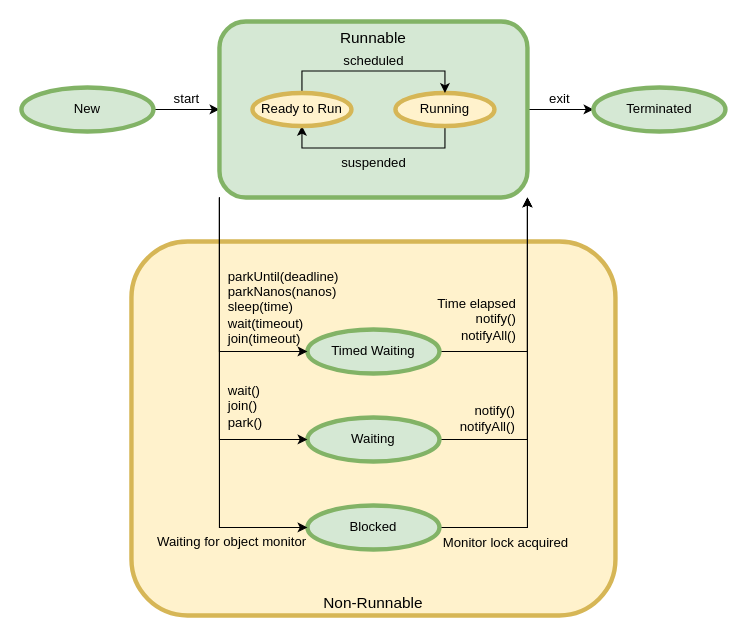
This is homework/src/main/resources/Java 线程状态流转图.drawio from YufuMxl/geek_java_practise, a draw.io file, before an edit. Source tidied: cells renumbered, new cells numbered last; positions are measured from the earlier drawing's top-left corner, leaving out a move shared by most shapes. Both pictures are drawn from the tidied source at 110%, with x=0, y=0 at pixel (21, 21).
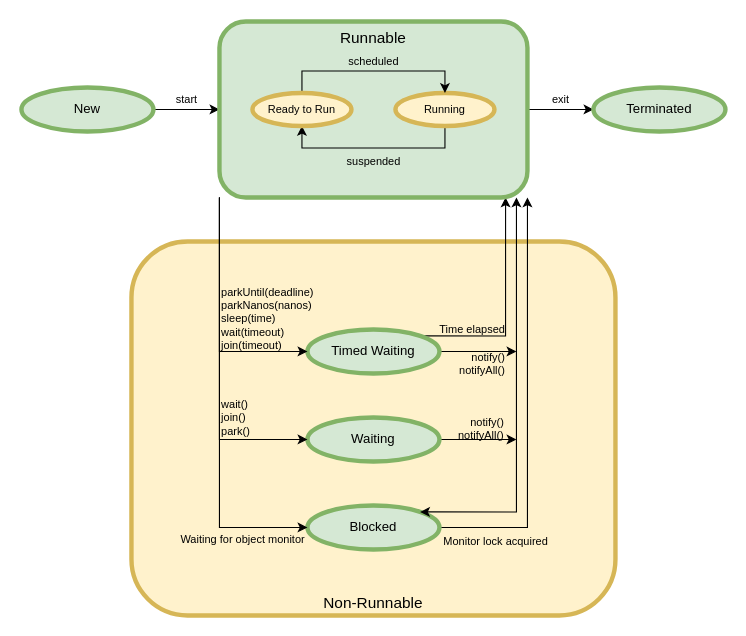
The same page after the edit.

Commit message:
Update Java 线程状态流转图.drawio

The change refers to these unchanged cells:
```xml
<mxCell id="4" value="New" style="ellipse;whiteSpace=wrap;html=1;fillColor=#d5e8d4;strokeColor=#82b366;strokeWidth=4;" parent="1" vertex="1">
  <mxGeometry y="60" width="120" height="40" as="geometry" />
</mxCell>
<mxCell id="7" value="Waiting" style="ellipse;whiteSpace=wrap;html=1;fillColor=#d5e8d4;strokeColor=#82b366;strokeWidth=4;" parent="1" vertex="1">
  <mxGeometry x="260" y="360" width="120" height="40" as="geometry" />
</mxCell>
<mxCell id="10" value="Timed Waiting" style="ellipse;whiteSpace=wrap;html=1;fillColor=#d5e8d4;strokeColor=#82b366;strokeWidth=4;" parent="1" vertex="1">
  <mxGeometry x="260" y="280" width="120" height="40" as="geometry" />
</mxCell>
<mxCell id="11" style="edgeStyle=orthogonalEdgeStyle;rounded=0;jettySize=auto;html=1;exitX=1;exitY=0.5;exitDx=0;exitDy=0;labelBackgroundColor=none;fontSize=12;entryX=1;entryY=1;entryDx=0;entryDy=0;" parent="1" edge="1" source="13" target="22">
  <mxGeometry relative="1" as="geometry">
    <Array as="points">
      <mxPoint x="460" y="460" />
    </Array>
  </mxGeometry>
</mxCell>
<mxCell id="13" value="Blocked" style="ellipse;whiteSpace=wrap;html=1;fillColor=#d5e8d4;strokeColor=#82b366;strokeWidth=4;" parent="1" vertex="1">
  <mxGeometry x="260" y="440" width="120" height="40" as="geometry" />
</mxCell>
<mxCell id="16" style="edgeStyle=orthogonalEdgeStyle;rounded=0;jettySize=auto;html=1;exitX=0;exitY=1;exitDx=0;exitDy=0;entryX=0;entryY=0.5;entryDx=0;entryDy=0;fontSize=12;" parent="1" edge="1" source="22" target="10">
  <mxGeometry relative="1" as="geometry" />
</mxCell>
<mxCell id="18" style="edgeStyle=orthogonalEdgeStyle;rounded=0;jettySize=auto;html=1;exitX=0;exitY=1;exitDx=0;exitDy=0;entryX=0;entryY=0.5;entryDx=0;entryDy=0;labelBackgroundColor=none;fontSize=12;" parent="1" edge="1" source="22" target="7">
  <mxGeometry relative="1" as="geometry" />
</mxCell>
<mxCell id="20" style="edgeStyle=orthogonalEdgeStyle;rounded=0;jettySize=auto;html=1;exitX=0;exitY=1;exitDx=0;exitDy=0;entryX=0;entryY=0.5;entryDx=0;entryDy=0;labelBackgroundColor=none;fontSize=12;" parent="1" edge="1" source="22" target="13">
  <mxGeometry relative="1" as="geometry" />
</mxCell>
<mxCell id="22" value="Runnable" style="rounded=1;whiteSpace=wrap;html=1;fillColor=#d5e8d4;strokeColor=#82b366;strokeWidth=4;align=center;verticalAlign=top;fontSize=14;" parent="1" vertex="1">
  <mxGeometry x="180" width="280" height="160" as="geometry" />
</mxCell>
<mxCell id="23" value="Terminated" style="ellipse;whiteSpace=wrap;html=1;fillColor=#d5e8d4;strokeColor=#82b366;strokeWidth=4;" parent="1" vertex="1">
  <mxGeometry x="520" y="60" width="120" height="40" as="geometry" />
</mxCell>
```

The edit, as a diff of the source:
```diff
@@
-    <mxCell id="3" value="start" style="edgeStyle=orthogonalEdgeStyle;rounded=0;jettySize=auto;html=1;exitX=1;exitY=0.5;exitDx=0;exitDy=0;entryX=0;entryY=0.5;entryDx=0;entryDy=0;fontSize=12;verticalAlign=bottom;" parent="1" edge="1" source="4" target="22">
+    <mxCell id="3" value="start" style="edgeStyle=orthogonalEdgeStyle;rounded=0;jettySize=auto;html=1;exitX=1;exitY=0.5;exitDx=0;exitDy=0;entryX=0;entryY=0.5;entryDx=0;entryDy=0;fontSize=10;verticalAlign=bottom;" parent="1" edge="1" source="4" target="22">
       <mxGeometry relative="1" as="geometry" />
     </mxCell>
@@
-    <mxCell id="5" style="edgeStyle=orthogonalEdgeStyle;rounded=0;jettySize=auto;html=1;exitX=1;exitY=0.5;exitDx=0;exitDy=0;labelBackgroundColor=none;fontSize=12;entryX=1;entryY=1;entryDx=0;entryDy=0;" parent="1" edge="1" source="7" target="22">
-      <mxGeometry relative="1" as="geometry">
-        <Array as="points">
-          <mxPoint x="460" y="380" />
-        </Array>
-      </mxGeometry>
-    </mxCell>
-    <mxCell id="6" value="&lt;div&gt;notify()&lt;/div&gt;&lt;div&gt;notifyAll()&lt;br&gt;&lt;/div&gt;" style="edgeLabel;html=1;align=right;verticalAlign=middle;fontSize=12;labelBackgroundColor=none;" parent="5" vertex="1">
-      <mxGeometry x="-0.7" y="-2" relative="1" as="geometry">
-        <mxPoint x="24" y="-22" as="offset" />
-      </mxGeometry>
-    </mxCell>
+    <mxCell id="28" style="edgeStyle=orthogonalEdgeStyle;rounded=0;jettySize=auto;html=1;exitX=1;exitY=0.5;exitDx=0;exitDy=0;labelBackgroundColor=none;fontSize=12;" parent="1" edge="1" source="7">
+      <mxGeometry relative="1" as="geometry">
+        <mxPoint x="450" y="380" as="targetPoint" />
+      </mxGeometry>
+    </mxCell>
@@
-    <mxCell id="8" style="edgeStyle=orthogonalEdgeStyle;rounded=0;jettySize=auto;html=1;exitX=1;exitY=0.5;exitDx=0;exitDy=0;entryX=1;entryY=1;entryDx=0;entryDy=0;labelBackgroundColor=none;fontSize=12;" parent="1" edge="1" source="10" target="22">
+    <mxCell id="8" style="edgeStyle=orthogonalEdgeStyle;rounded=0;jettySize=auto;html=1;exitX=1;exitY=0;exitDx=0;exitDy=0;entryX=0.929;entryY=1;entryDx=0;entryDy=0;labelBackgroundColor=none;fontSize=12;entryPerimeter=0;" parent="1" edge="1" source="10" target="22">
       <mxGeometry relative="1" as="geometry">
         <Array as="points">
-          <mxPoint x="460" y="300" />
+          <mxPoint x="440" y="286" />
+          <mxPoint x="440" y="160" />
         </Array>
       </mxGeometry>
     </mxCell>
-    <mxCell id="9" value="&lt;div&gt;Time elapsed&lt;/div&gt;&lt;div&gt;notify()&lt;/div&gt;&lt;div&gt;notifyAll()&lt;br&gt;&lt;/div&gt;" style="edgeLabel;html=1;align=right;verticalAlign=middle;fontSize=12;labelBackgroundColor=none;" parent="8" vertex="1">
+    <mxCell id="9" value="&lt;div style=&quot;font-size: 10px;&quot;&gt;Time elapsed&lt;/div&gt;" style="edgeLabel;html=1;align=right;verticalAlign=middle;fontSize=10;labelBackgroundColor=none;" parent="8" vertex="1">
       <mxGeometry x="-0.69" y="1" relative="1" as="geometry">
-        <mxPoint x="36" y="-29" as="offset" />
+        <mxPoint x="46" y="-5" as="offset" />
       </mxGeometry>
     </mxCell>
+    <mxCell id="29" style="edgeStyle=orthogonalEdgeStyle;rounded=0;jettySize=auto;html=1;exitX=1;exitY=0.5;exitDx=0;exitDy=0;labelBackgroundColor=none;fontSize=10;startArrow=none;startFill=0;verticalAlign=top;" parent="1" edge="1" source="10">
+      <mxGeometry relative="1" as="geometry">
+        <mxPoint x="450" y="300" as="targetPoint" />
+      </mxGeometry>
+    </mxCell>
@@
-    <mxCell id="12" value="&lt;div style=&quot;font-size: 12px;&quot;&gt;Monitor lock acquired&lt;/div&gt;" style="edgeLabel;html=1;align=center;verticalAlign=top;fontSize=12;labelBackgroundColor=none;" parent="11" vertex="1">
+    <mxCell id="12" value="&lt;div style=&quot;font-size: 10px;&quot;&gt;Monitor lock acquired&lt;/div&gt;" style="edgeLabel;html=1;align=center;verticalAlign=top;fontSize=10;labelBackgroundColor=none;" parent="11" vertex="1">
       <mxGeometry x="-0.82" y="1" relative="1" as="geometry">
-        <mxPoint x="25" y="1" as="offset" />
+        <mxPoint x="16" y="1" as="offset" />
       </mxGeometry>
     </mxCell>
@@
-    <mxCell id="14" style="edgeStyle=orthogonalEdgeStyle;rounded=0;jettySize=auto;html=1;exitX=1;exitY=0.5;exitDx=0;exitDy=0;entryX=0;entryY=0.5;entryDx=0;entryDy=0;" parent="1" edge="1" source="22" target="23">
+    <mxCell id="14" value="exit" style="edgeStyle=orthogonalEdgeStyle;rounded=0;jettySize=auto;html=1;exitX=1;exitY=0.5;exitDx=0;exitDy=0;entryX=0;entryY=0.5;entryDx=0;entryDy=0;fontSize=10;verticalAlign=bottom;" parent="1" edge="1" source="22" target="23">
       <mxGeometry relative="1" as="geometry" />
     </mxCell>
-    <mxCell id="15" value="exit" style="edgeLabel;html=1;align=center;verticalAlign=bottom;fontSize=12;" parent="14" vertex="1">
-      <mxGeometry x="-0.08" y="1" relative="1" as="geometry" />
-    </mxCell>
+    <mxCell id="5" style="edgeStyle=orthogonalEdgeStyle;rounded=0;jettySize=auto;html=1;exitX=1;exitY=0;exitDx=0;exitDy=0;labelBackgroundColor=none;fontSize=12;startArrow=classic;startFill=1;" parent="1" edge="1" source="13">
+      <mxGeometry relative="1" as="geometry">
+        <mxPoint x="450" y="160" as="targetPoint" />
+        <Array as="points">
+          <mxPoint x="450" y="446" />
+          <mxPoint x="450" y="160" />
+        </Array>
+      </mxGeometry>
+    </mxCell>
+    <mxCell id="6" value="&lt;div style=&quot;font-size: 10px;&quot;&gt;notify()&lt;/div&gt;&lt;div style=&quot;font-size: 10px;&quot;&gt;notifyAll()&lt;br style=&quot;font-size: 10px;&quot;&gt;&lt;/div&gt;" style="edgeLabel;html=1;align=right;verticalAlign=middle;fontSize=10;labelBackgroundColor=none;" parent="5" vertex="1">
+      <mxGeometry x="-0.7" y="-2" relative="1" as="geometry">
+        <mxPoint x="21" y="-78" as="offset" />
+      </mxGeometry>
+    </mxCell>
@@
-    <mxCell id="17" value="&lt;div style=&quot;font-size: 12px&quot;&gt;parkUntil(deadline)&lt;/div&gt;&lt;div style=&quot;font-size: 12px&quot;&gt;parkNanos(nanos)&lt;/div&gt;&lt;div style=&quot;font-size: 12px&quot;&gt;sleep(time)&lt;/div&gt;&lt;div style=&quot;font-size: 12px&quot;&gt;wait(timeout)&lt;/div&gt;&lt;div style=&quot;font-size: 12px&quot;&gt;join(timeout)&lt;/div&gt;" style="edgeLabel;html=1;align=left;verticalAlign=middle;fontSize=12;labelBackgroundColor=none;" parent="16" vertex="1">
+    <mxCell id="17" value="&lt;div style=&quot;font-size: 10px;&quot;&gt;parkUntil(deadline)&lt;/div&gt;&lt;div style=&quot;font-size: 10px;&quot;&gt;parkNanos(nanos)&lt;/div&gt;&lt;div style=&quot;font-size: 10px;&quot;&gt;sleep(time)&lt;/div&gt;&lt;div style=&quot;font-size: 10px;&quot;&gt;wait(timeout)&lt;/div&gt;&lt;div style=&quot;font-size: 10px;&quot;&gt;join(timeout)&lt;/div&gt;" style="edgeLabel;html=1;align=left;verticalAlign=middle;fontSize=10;labelBackgroundColor=none;" parent="16" vertex="1">
       <mxGeometry x="-0.69" y="1" relative="1" as="geometry">
-        <mxPoint x="5" y="66" as="offset" />
+        <mxPoint x="-1" y="76" as="offset" />
       </mxGeometry>
     </mxCell>
@@
-    <mxCell id="19" value="&lt;div&gt;wait()&lt;/div&gt;&lt;div&gt;join()&lt;/div&gt;&lt;div&gt;park()&lt;br&gt;&lt;/div&gt;" style="edgeLabel;html=1;align=left;verticalAlign=middle;fontSize=12;labelBackgroundColor=none;" parent="18" vertex="1">
+    <mxCell id="19" value="&lt;div style=&quot;font-size: 10px;&quot;&gt;wait()&lt;/div&gt;&lt;div style=&quot;font-size: 10px;&quot;&gt;join()&lt;/div&gt;&lt;div style=&quot;font-size: 10px;&quot;&gt;park()&lt;br style=&quot;font-size: 10px;&quot;&gt;&lt;/div&gt;" style="edgeLabel;html=1;align=left;verticalAlign=middle;fontSize=10;labelBackgroundColor=none;" parent="18" vertex="1">
       <mxGeometry x="0.18" y="1" relative="1" as="geometry">
-        <mxPoint x="5" y="13" as="offset" />
+        <mxPoint x="-1" y="23" as="offset" />
       </mxGeometry>
     </mxCell>
@@
-    <mxCell id="21" value="&lt;div&gt;Waiting for object monitor&lt;br&gt;&lt;/div&gt;" style="edgeLabel;html=1;align=center;verticalAlign=top;fontSize=12;labelBackgroundColor=none;" parent="20" vertex="1">
+    <mxCell id="21" value="&lt;div style=&quot;font-size: 10px;&quot;&gt;Waiting for object monitor&lt;br style=&quot;font-size: 10px;&quot;&gt;&lt;/div&gt;" style="edgeLabel;html=1;align=center;verticalAlign=top;fontSize=10;labelBackgroundColor=none;" parent="20" vertex="1">
       <mxGeometry x="0.46" y="2" relative="1" as="geometry">
-        <mxPoint x="8" y="22" as="offset" />
+        <mxPoint x="18" y="22" as="offset" />
       </mxGeometry>
     </mxCell>
@@
-    <mxCell id="24" value="suspended" style="edgeStyle=orthogonalEdgeStyle;rounded=0;jettySize=auto;html=1;exitX=0.5;exitY=1;exitDx=0;exitDy=0;entryX=0.5;entryY=1;entryDx=0;entryDy=0;fontSize=12;verticalAlign=top;labelBackgroundColor=none;" parent="1" edge="1" source="25" target="27">
+    <mxCell id="24" value="suspended" style="edgeStyle=orthogonalEdgeStyle;rounded=0;jettySize=auto;html=1;exitX=0.5;exitY=1;exitDx=0;exitDy=0;entryX=0.5;entryY=1;entryDx=0;entryDy=0;fontSize=10;verticalAlign=top;labelBackgroundColor=none;" parent="1" edge="1" source="25" target="27">
       <mxGeometry relative="1" as="geometry" />
     </mxCell>
-    <mxCell id="25" value="Running" style="ellipse;whiteSpace=wrap;html=1;fillColor=#fff2cc;strokeColor=#d6b656;strokeWidth=4;" parent="1" vertex="1">
+    <mxCell id="25" value="Running" style="ellipse;whiteSpace=wrap;html=1;fillColor=#fff2cc;strokeColor=#d6b656;strokeWidth=4;fontSize=10;" parent="1" vertex="1">
       <mxGeometry x="340" y="65" width="90" height="30" as="geometry" />
     </mxCell>
-    <mxCell id="26" value="scheduled" style="edgeStyle=orthogonalEdgeStyle;rounded=0;jettySize=auto;html=1;exitX=0.5;exitY=0;exitDx=0;exitDy=0;entryX=0.5;entryY=0;entryDx=0;entryDy=0;fontSize=12;verticalAlign=bottom;labelBackgroundColor=none;" parent="1" edge="1" source="27" target="25">
+    <mxCell id="26" value="scheduled" style="edgeStyle=orthogonalEdgeStyle;rounded=0;jettySize=auto;html=1;exitX=0.5;exitY=0;exitDx=0;exitDy=0;entryX=0.5;entryY=0;entryDx=0;entryDy=0;fontSize=10;verticalAlign=bottom;labelBackgroundColor=none;" parent="1" edge="1" source="27" target="25">
       <mxGeometry relative="1" as="geometry" />
     </mxCell>
-    <mxCell id="27" value="Ready to Run" style="ellipse;whiteSpace=wrap;html=1;fillColor=#fff2cc;strokeColor=#d6b656;strokeWidth=4;" parent="1" vertex="1">
+    <mxCell id="27" value="Ready to Run" style="ellipse;whiteSpace=wrap;html=1;fillColor=#fff2cc;strokeColor=#d6b656;strokeWidth=4;fontSize=10;" parent="1" vertex="1">
       <mxGeometry x="210" y="65" width="90" height="30" as="geometry" />
     </mxCell>
+    <mxCell id="30" value="&lt;div style=&quot;font-size: 10px;&quot;&gt;notify()&lt;/div&gt;&lt;div style=&quot;font-size: 10px;&quot;&gt;notifyAll()&lt;br style=&quot;font-size: 10px;&quot;&gt;&lt;/div&gt;" style="edgeLabel;html=1;align=right;verticalAlign=middle;fontSize=10;labelBackgroundColor=none;" parent="1" vertex="1">
+      <mxGeometry x="440" y="310" as="geometry" />
+    </mxCell>
```
